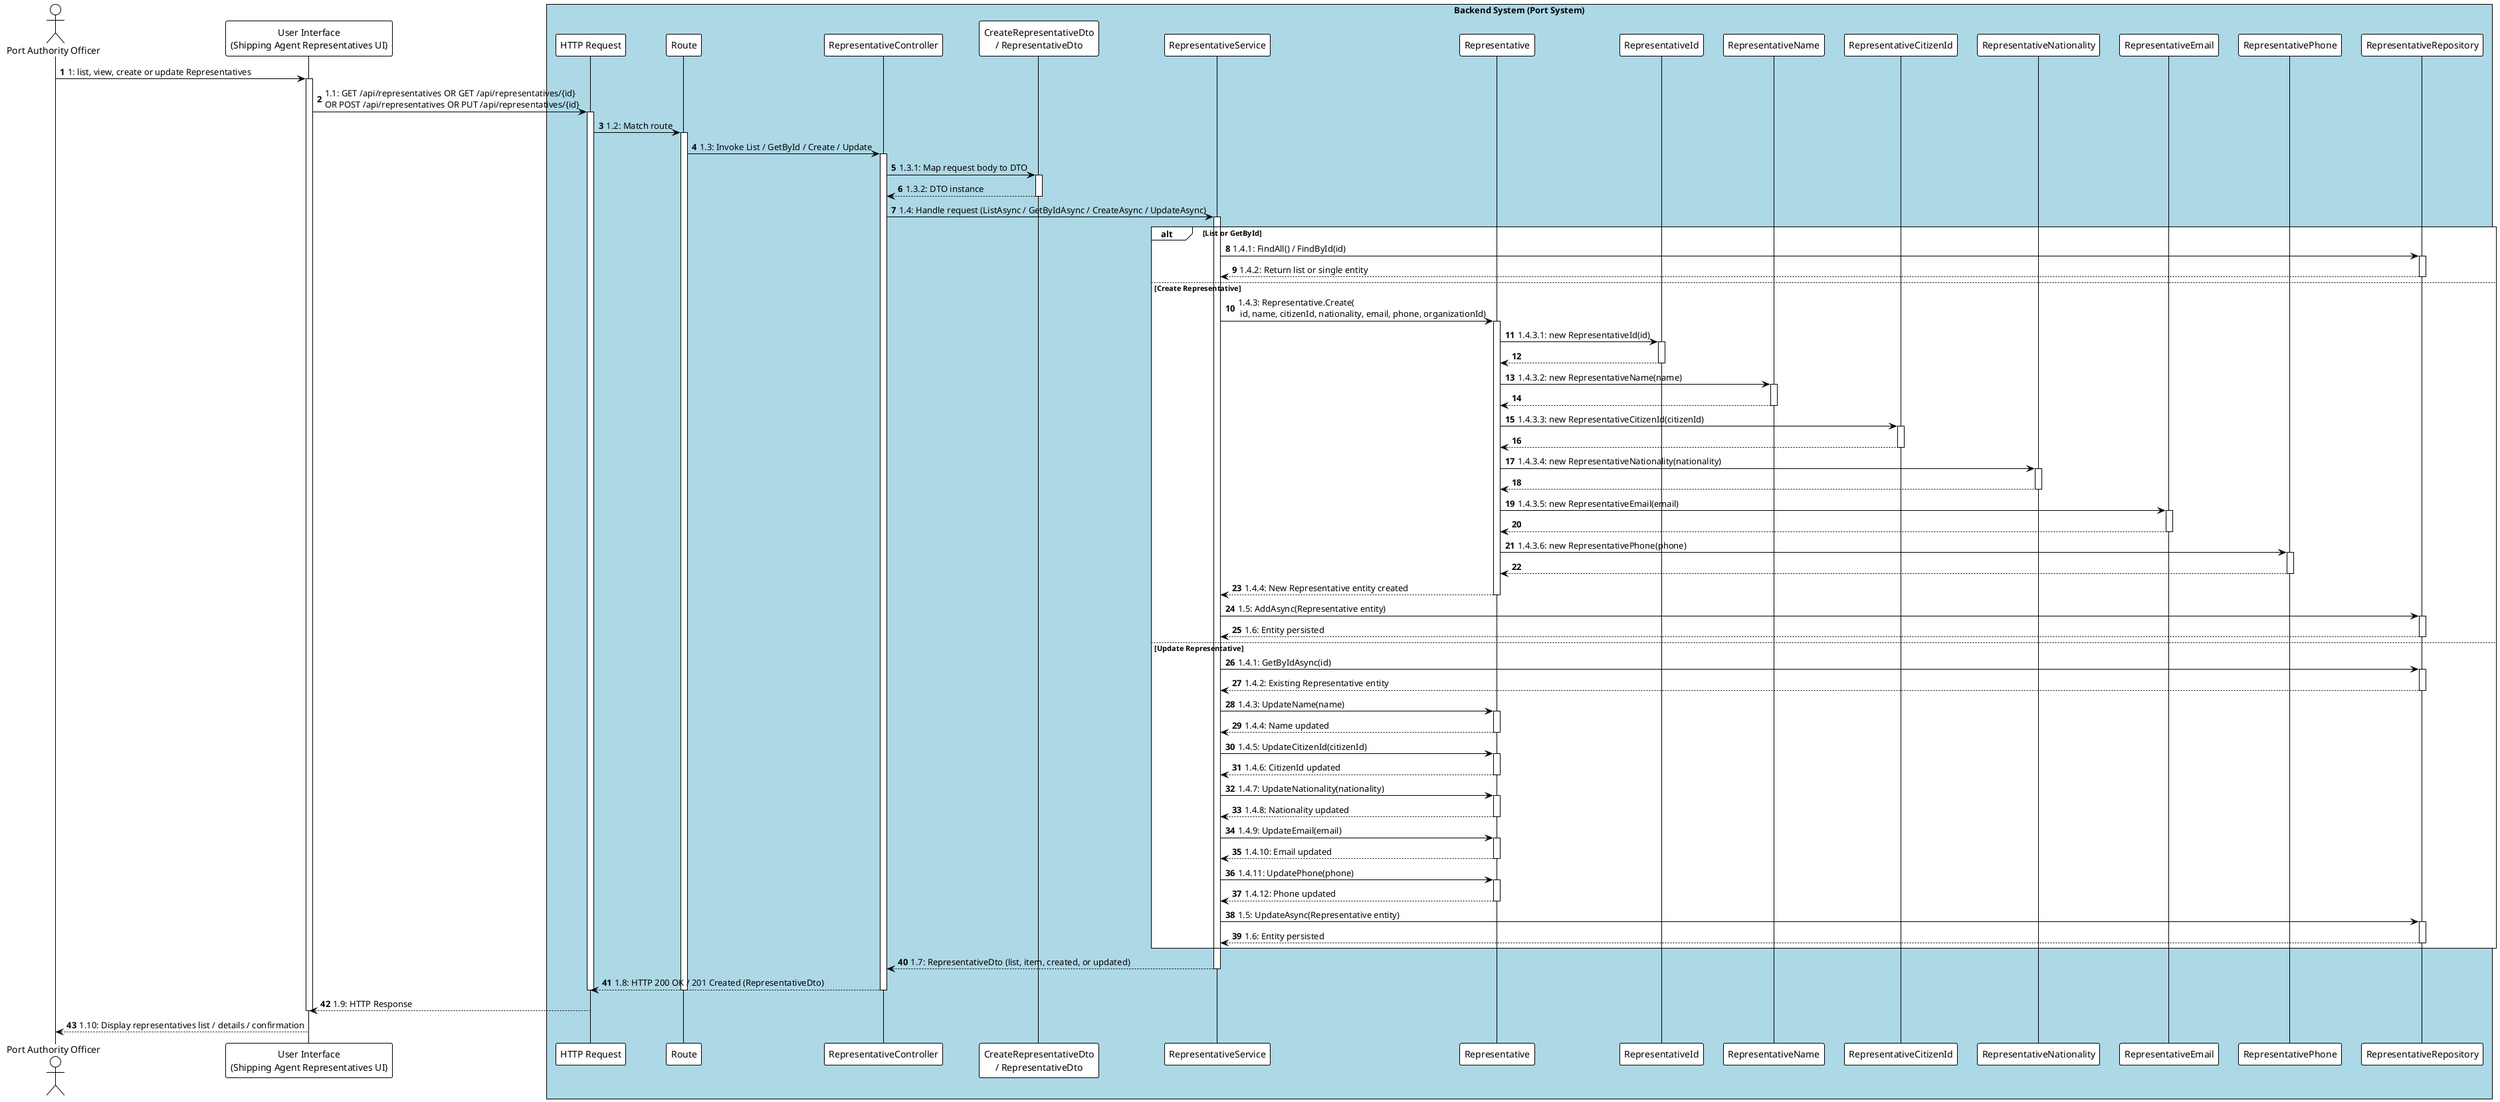
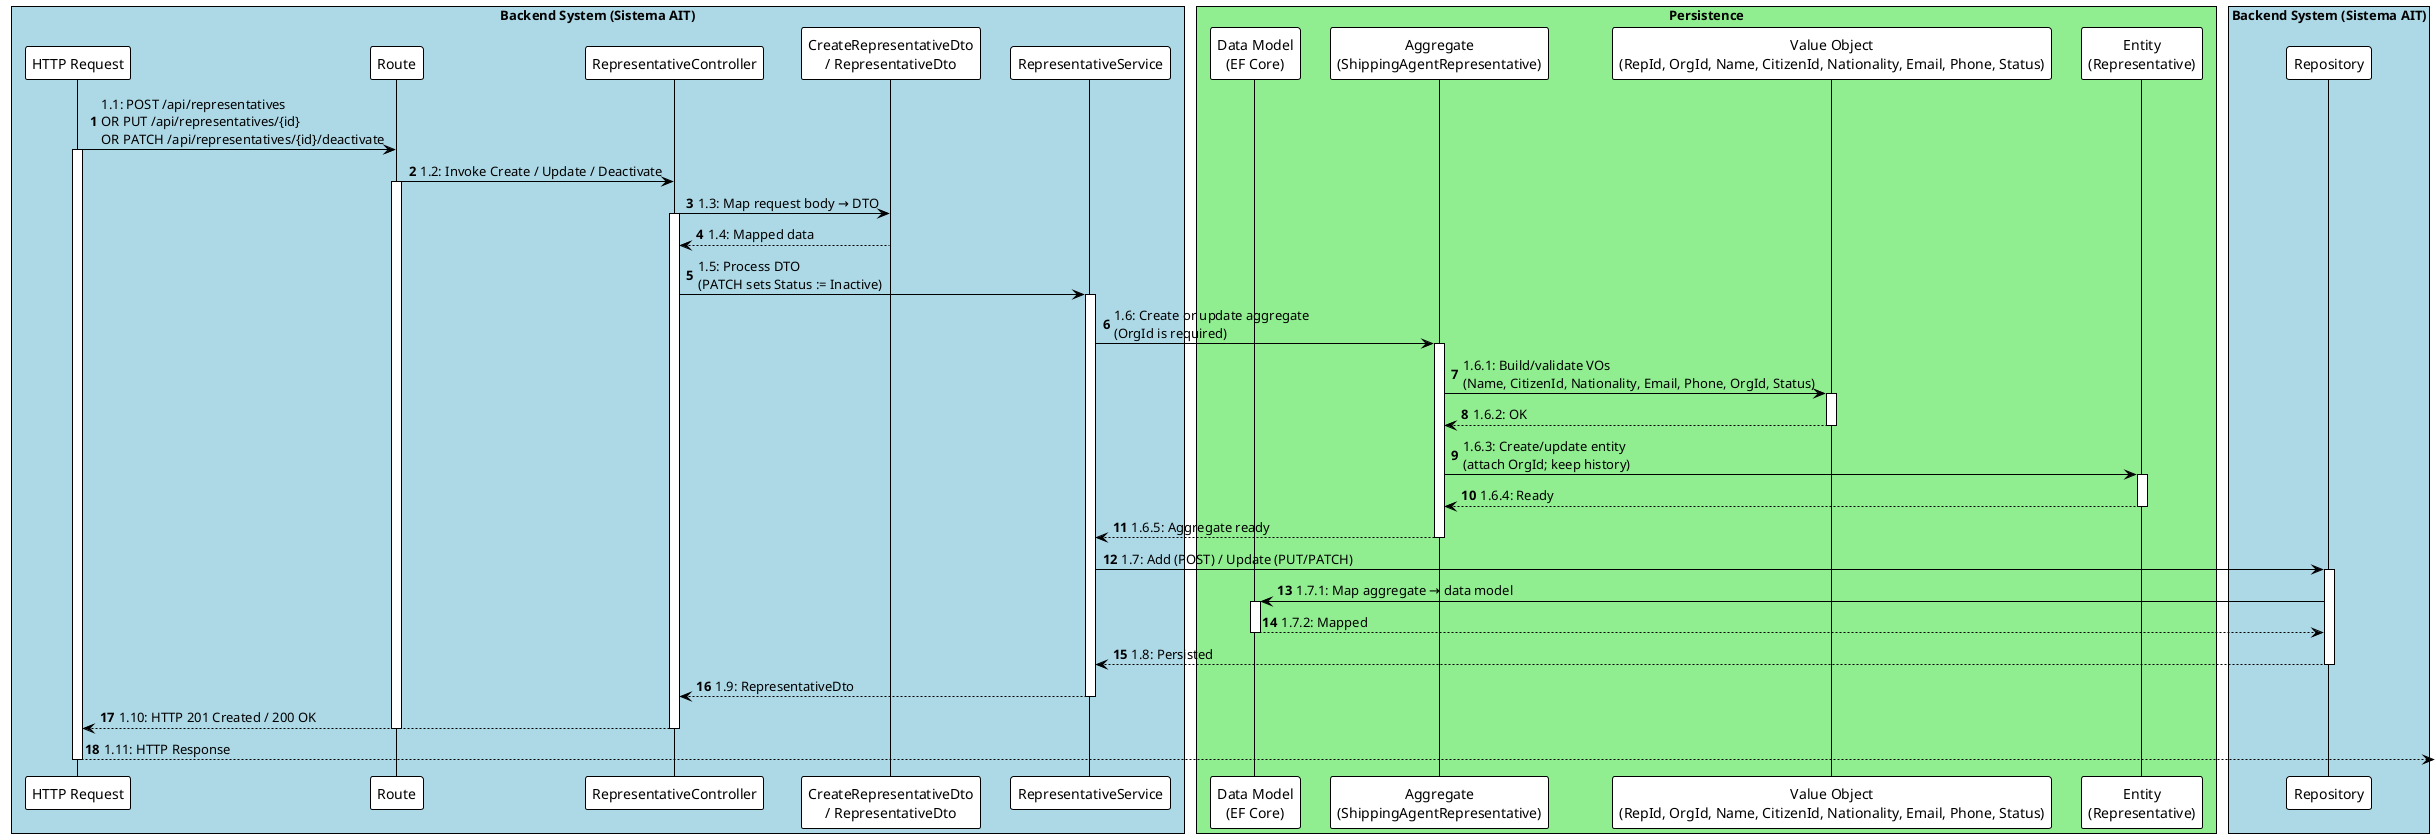
@startuml
!theme plain
autonumber

- actor "Port Authority Officer" as Officer
- participant "User Interface\n(Shipping Agent Representatives UI)" as UI
- 
- box "Backend System (Port System)" #LightBlue
+ box "Backend System (Sistema AIT)" #LightBlue
    participant "HTTP Request" as HttpRequest
    participant "Route" as Route
    participant "RepresentativeController" as Controller
    participant "CreateRepresentativeDto\n/ RepresentativeDto" as Dto
-     participant "RepresentativeService" as ServiceImpl
-     participant "Representative" as DomainEntity
-     participant "RepresentativeId" as EntityId
-     participant "RepresentativeName" as NameVO
-     participant "RepresentativeCitizenId" as CitizenIdVO
-     participant "RepresentativeNationality" as NationalityVO
-     participant "RepresentativeEmail" as EmailVO
-     participant "RepresentativePhone" as PhoneVO
-     participant "RepresentativeRepository" as RepoImpl
+     participant "RepresentativeService" as Service
+     box "Persistence" #LightGreen
+         participant "Data Model\n(EF Core)" as DataModel
+         participant "Aggregate\n(ShippingAgentRepresentative)" as Aggregate
+         participant "Value Object\n(RepId, OrgId, Name, CitizenId, Nationality, Email, Phone, Status)" as ValueObject
+         participant "Entity\n(Representative)" as Entity
+     end box
+     participant "Repository" as Repository
end box

- Officer -> UI : 1: list, view, create or update Representatives
- activate UI
- 
- UI -> HttpRequest : 1.1: GET /api/representatives OR GET /api/representatives/{id}\nOR POST /api/representatives OR PUT /api/representatives/{id}
+ HttpRequest -> Route : 1.1: POST /api/representatives\nOR PUT /api/representatives/{id}\nOR PATCH /api/representatives/{id}/deactivate
activate HttpRequest
- HttpRequest -> Route : 1.2: Match route
+ Route -> Controller : 1.2: Invoke Create / Update / Deactivate
activate Route
- Route -> Controller : 1.3: Invoke List / GetById / Create / Update
+ Controller -> Dto : 1.3: Map request body → DTO
activate Controller
- 
- Controller -> Dto : 1.3.1: Map request body to DTO
- activate Dto
- Dto --> Controller : 1.3.2: DTO instance
+ Dto --> Controller : 1.4: Mapped data
deactivate Dto
- 
- Controller -> ServiceImpl : 1.4: Handle request (ListAsync / GetByIdAsync / CreateAsync / UpdateAsync)
- activate ServiceImpl
- 
- alt List or GetById
-     ServiceImpl -> RepoImpl : 1.4.1: FindAll() / FindById(id)
-     activate RepoImpl
-     RepoImpl --> ServiceImpl : 1.4.2: Return list or single entity
-     deactivate RepoImpl
- 
- else Create Representative
-     ' **Fluxo de criação**
-     ServiceImpl -> DomainEntity : 1.4.3: Representative.Create(\n id, name, citizenId, nationality, email, phone, organizationId)
-     activate DomainEntity
- 
-     DomainEntity -> EntityId : 1.4.3.1: new RepresentativeId(id)
-     activate EntityId
-     EntityId --> DomainEntity
-     deactivate EntityId
- 
-     DomainEntity -> NameVO : 1.4.3.2: new RepresentativeName(name)
-     activate NameVO
-     NameVO --> DomainEntity
-     deactivate NameVO
- 
-     DomainEntity -> CitizenIdVO : 1.4.3.3: new RepresentativeCitizenId(citizenId)
-     activate CitizenIdVO
-     CitizenIdVO --> DomainEntity
-     deactivate CitizenIdVO
- 
-     DomainEntity -> NationalityVO : 1.4.3.4: new RepresentativeNationality(nationality)
-     activate NationalityVO
-     NationalityVO --> DomainEntity
-     deactivate NationalityVO
- 
-     DomainEntity -> EmailVO : 1.4.3.5: new RepresentativeEmail(email)
-     activate EmailVO
-     EmailVO --> DomainEntity
-     deactivate EmailVO
- 
-     DomainEntity -> PhoneVO : 1.4.3.6: new RepresentativePhone(phone)
-     activate PhoneVO
-     PhoneVO --> DomainEntity
-     deactivate PhoneVO
- 
-     DomainEntity --> ServiceImpl : 1.4.4: New Representative entity created
-     deactivate DomainEntity
- 
-     ServiceImpl -> RepoImpl : 1.5: AddAsync(Representative entity)
-     activate RepoImpl
-     RepoImpl --> ServiceImpl : 1.6: Entity persisted
-     deactivate RepoImpl
- 
- else Update Representative
-     ' **Fluxo de atualização**
-     ServiceImpl -> RepoImpl : 1.4.1: GetByIdAsync(id)
-     activate RepoImpl
-     RepoImpl --> ServiceImpl : 1.4.2: Existing Representative entity
-     deactivate RepoImpl
- 
-     ServiceImpl -> DomainEntity : 1.4.3: UpdateName(name)
-     activate DomainEntity
-     DomainEntity --> ServiceImpl : 1.4.4: Name updated
-     deactivate DomainEntity
- 
-     ServiceImpl -> DomainEntity : 1.4.5: UpdateCitizenId(citizenId)
-     activate DomainEntity
-     DomainEntity --> ServiceImpl : 1.4.6: CitizenId updated
-     deactivate DomainEntity
- 
-     ServiceImpl -> DomainEntity : 1.4.7: UpdateNationality(nationality)
-     activate DomainEntity
-     DomainEntity --> ServiceImpl : 1.4.8: Nationality updated
-     deactivate DomainEntity
- 
-     ServiceImpl -> DomainEntity : 1.4.9: UpdateEmail(email)
-     activate DomainEntity
-     DomainEntity --> ServiceImpl : 1.4.10: Email updated
-     deactivate DomainEntity
- 
-     ServiceImpl -> DomainEntity : 1.4.11: UpdatePhone(phone)
-     activate DomainEntity
-     DomainEntity --> ServiceImpl : 1.4.12: Phone updated
-     deactivate DomainEntity
- 
-     ServiceImpl -> RepoImpl : 1.5: UpdateAsync(Representative entity)
-     activate RepoImpl
-     RepoImpl --> ServiceImpl : 1.6: Entity persisted
-     deactivate RepoImpl
- end
- 
- ServiceImpl --> Controller : 1.7: RepresentativeDto (list, item, created, or updated)
- deactivate ServiceImpl
- 
- Controller --> HttpRequest : 1.8: HTTP 200 OK / 201 Created (RepresentativeDto)
+ Controller -> Service : 1.5: Process DTO\n(PATCH sets Status := Inactive)
+ activate Service
+ Service -> Aggregate : 1.6: Create or update aggregate\n(OrgId is required)
+ activate Aggregate
+ Aggregate -> ValueObject : 1.6.1: Build/validate VOs\n(Name, CitizenId, Nationality, Email, Phone, OrgId, Status)
+ activate ValueObject
+ ValueObject --> Aggregate : 1.6.2: OK
+ deactivate ValueObject
+ Aggregate -> Entity : 1.6.3: Create/update entity\n(attach OrgId; keep history)
+ activate Entity
+ Entity --> Aggregate : 1.6.4: Ready
+ deactivate Entity
+ Aggregate --> Service : 1.6.5: Aggregate ready
+ deactivate Aggregate
+ Service -> Repository : 1.7: Add (POST) / Update (PUT/PATCH)
+ activate Repository
+ Repository -> DataModel : 1.7.1: Map aggregate → data model
+ activate DataModel
+ DataModel --> Repository : 1.7.2: Mapped
+ deactivate DataModel
+ Repository --> Service : 1.8: Persisted
+ deactivate Repository
+ Service --> Controller : 1.9: RepresentativeDto
+ deactivate Service
+ Controller --> HttpRequest : 1.10: HTTP 201 Created / 200 OK
deactivate Controller
deactivate Route
+ HttpRequest --> : 1.11: HTTP Response
deactivate HttpRequest

- HttpRequest --> UI : 1.9: HTTP Response
- deactivate UI
- 
- UI --> Officer : 1.10: Display representatives list / details / confirmation
- 
@enduml
